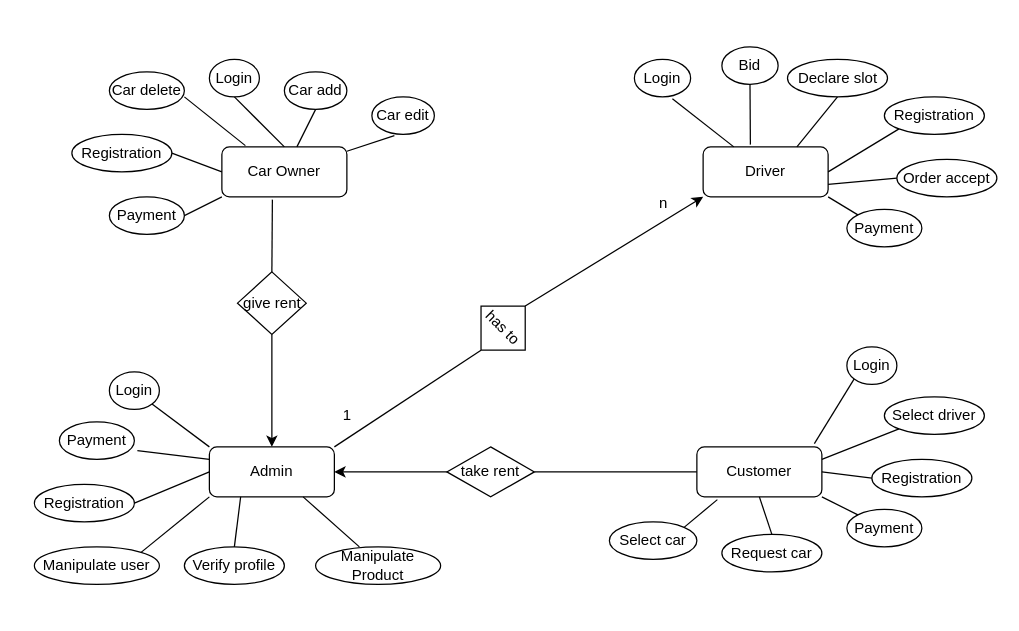
Above: Mid Project/ER Diagram Vehicle Rental Application.drawio in msashoyeb/Vehicle-Rental-Application- (draw.io), before the change. Source tidied: cells renumbered, new cells numbered last; positions are measured from the earlier drawing's top-left corner, leaving out a move shared by most shapes. Both pictures are drawn from the tidied source at 125%, with x=0, y=0 at pixel (34, 46).
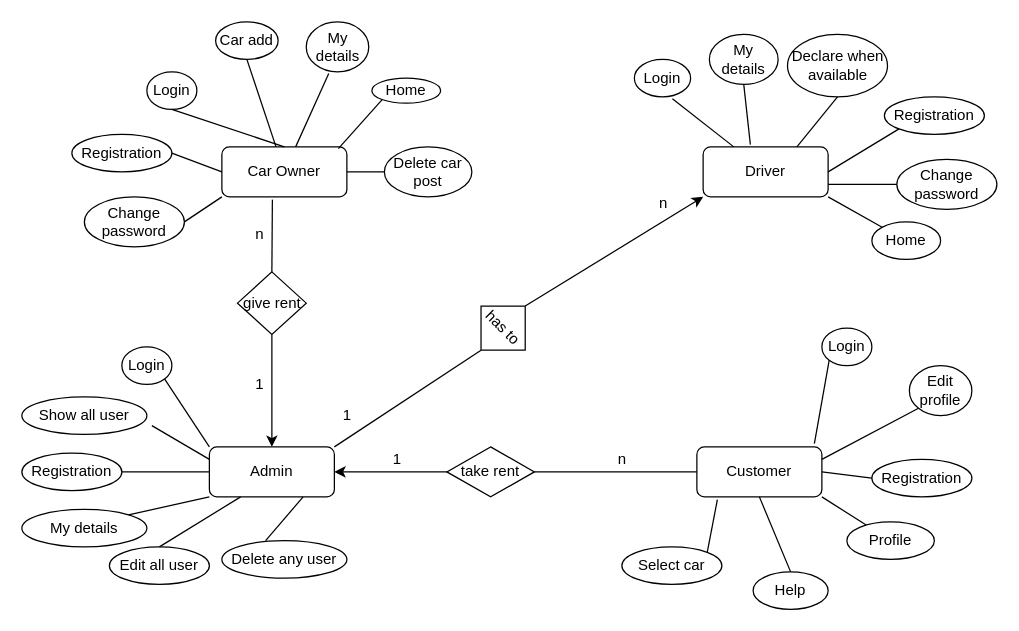
After the change.

Unchanged cells that the change refers to:
```xml
<mxCell id="2" value="Car Owner" style="rounded=1;whiteSpace=wrap;html=1;" parent="1" vertex="1">
  <mxGeometry x="150" y="80" width="100" height="40" as="geometry" />
</mxCell>
<mxCell id="4" value="Driver" style="rounded=1;whiteSpace=wrap;html=1;" parent="1" vertex="1">
  <mxGeometry x="535" y="80" width="100" height="40" as="geometry" />
</mxCell>
```

Change to the diagram source:
```diff
@@
     <mxCell id="6" value="Login" style="ellipse;whiteSpace=wrap;html=1;" parent="1" vertex="1">
-      <mxGeometry x="140" y="10" width="40" height="30" as="geometry" />
+      <mxGeometry x="90" y="20" width="40" height="30" as="geometry" />
     </mxCell>
@@
-    <mxCell id="8" value="Payment" style="ellipse;whiteSpace=wrap;html=1;" parent="1" vertex="1">
-      <mxGeometry x="60" y="120" width="60" height="30" as="geometry" />
+    <mxCell id="8" value="Change password" style="ellipse;whiteSpace=wrap;html=1;" parent="1" vertex="1">
+      <mxGeometry x="40" y="120" width="80" height="40" as="geometry" />
     </mxCell>
@@
-    <mxCell id="11" value="Payment" style="ellipse;whiteSpace=wrap;html=1;" parent="1" vertex="1">
-      <mxGeometry x="650" y="130" width="60" height="30" as="geometry" />
-    </mxCell>
     <mxCell id="12" value="Login" style="ellipse;whiteSpace=wrap;html=1;" parent="1" vertex="1">
-      <mxGeometry x="60" y="260" width="40" height="30" as="geometry" />
+      <mxGeometry x="70" y="240" width="40" height="30" as="geometry" />
     </mxCell>
     <mxCell id="13" value="Registration&lt;br&gt;" style="ellipse;whiteSpace=wrap;html=1;" parent="1" vertex="1">
-      <mxGeometry y="350" width="80" height="30" as="geometry" />
+      <mxGeometry x="-10" y="325" width="80" height="30" as="geometry" />
     </mxCell>
-    <mxCell id="14" value="Payment" style="ellipse;whiteSpace=wrap;html=1;" parent="1" vertex="1">
-      <mxGeometry x="20" y="300" width="60" height="30" as="geometry" />
+    <mxCell id="14" value="Show all user" style="ellipse;whiteSpace=wrap;html=1;" parent="1" vertex="1">
+      <mxGeometry x="-10" y="280" width="100" height="30" as="geometry" />
     </mxCell>
     <mxCell id="15" value="Login" style="ellipse;whiteSpace=wrap;html=1;" parent="1" vertex="1">
-      <mxGeometry x="650" y="240" width="40" height="30" as="geometry" />
+      <mxGeometry x="630" y="225" width="40" height="30" as="geometry" />
     </mxCell>
@@
-    <mxCell id="17" value="Payment" style="ellipse;whiteSpace=wrap;html=1;" parent="1" vertex="1">
-      <mxGeometry x="650" y="370" width="60" height="30" as="geometry" />
+    <mxCell id="17" value="Profile" style="ellipse;whiteSpace=wrap;html=1;" parent="1" vertex="1">
+      <mxGeometry x="650" y="380" width="70" height="30" as="geometry" />
     </mxCell>
     <mxCell id="18" value="Car add" style="ellipse;whiteSpace=wrap;html=1;" parent="1" vertex="1">
-      <mxGeometry x="200" y="20" width="50" height="30" as="geometry" />
+      <mxGeometry x="145" y="-20" width="50" height="30" as="geometry" />
     </mxCell>
-    <mxCell id="19" value="Car delete" style="ellipse;whiteSpace=wrap;html=1;" parent="1" vertex="1">
-      <mxGeometry x="60" y="20" width="60" height="30" as="geometry" />
-    </mxCell>
-    <mxCell id="20" value="Car edit" style="ellipse;whiteSpace=wrap;html=1;" parent="1" vertex="1">
-      <mxGeometry x="270" y="40" width="50" height="30" as="geometry" />
+    <mxCell id="20" value="My details" style="ellipse;whiteSpace=wrap;html=1;" parent="1" vertex="1">
+      <mxGeometry x="217.5" y="-20" width="50" height="40" as="geometry" />
     </mxCell>
-    <mxCell id="21" value="Order accept" style="ellipse;whiteSpace=wrap;html=1;" parent="1" vertex="1">
-      <mxGeometry x="690" y="90" width="80" height="30" as="geometry" />
+    <mxCell id="21" value="Change password" style="ellipse;whiteSpace=wrap;html=1;" parent="1" vertex="1">
+      <mxGeometry x="690" y="90" width="80" height="40" as="geometry" />
     </mxCell>
-    <mxCell id="22" value="Bid" style="ellipse;whiteSpace=wrap;html=1;" parent="1" vertex="1">
-      <mxGeometry x="550" width="45" height="30" as="geometry" />
+    <mxCell id="22" value="My details" style="ellipse;whiteSpace=wrap;html=1;" parent="1" vertex="1">
+      <mxGeometry x="540" y="-10" width="55" height="40" as="geometry" />
     </mxCell>
-    <mxCell id="23" value="Declare slot" style="ellipse;whiteSpace=wrap;html=1;" parent="1" vertex="1">
-      <mxGeometry x="602.5" y="10" width="80" height="30" as="geometry" />
+    <mxCell id="23" value="Declare when available&lt;br&gt;" style="ellipse;whiteSpace=wrap;html=1;" parent="1" vertex="1">
+      <mxGeometry x="602.5" y="-10" width="80" height="50" as="geometry" />
     </mxCell>
     <mxCell id="24" value="Select car" style="ellipse;whiteSpace=wrap;html=1;" parent="1" vertex="1">
-      <mxGeometry x="460" y="380" width="70" height="30" as="geometry" />
+      <mxGeometry x="470" y="400" width="80" height="30" as="geometry" />
     </mxCell>
-    <mxCell id="25" value="Request car" style="ellipse;whiteSpace=wrap;html=1;" parent="1" vertex="1">
-      <mxGeometry x="550" y="390" width="80" height="30" as="geometry" />
+    <mxCell id="25" value="Help" style="ellipse;whiteSpace=wrap;html=1;" parent="1" vertex="1">
+      <mxGeometry x="575" y="420" width="60" height="30" as="geometry" />
     </mxCell>
-    <mxCell id="26" value="Select driver" style="ellipse;whiteSpace=wrap;html=1;" parent="1" vertex="1">
-      <mxGeometry x="680" y="280" width="80" height="30" as="geometry" />
+    <mxCell id="26" value="Edit profile" style="ellipse;whiteSpace=wrap;html=1;" parent="1" vertex="1">
+      <mxGeometry x="700" y="255" width="50" height="40" as="geometry" />
     </mxCell>
-    <mxCell id="27" value="Verify profile" style="ellipse;whiteSpace=wrap;html=1;" parent="1" vertex="1">
-      <mxGeometry x="120" y="400" width="80" height="30" as="geometry" />
+    <mxCell id="27" value="Edit all user" style="ellipse;whiteSpace=wrap;html=1;" parent="1" vertex="1">
+      <mxGeometry x="60" y="400" width="80" height="30" as="geometry" />
     </mxCell>
-    <mxCell id="28" value="Manipulate Product" style="ellipse;whiteSpace=wrap;html=1;" parent="1" vertex="1">
-      <mxGeometry x="225" y="400" width="100" height="30" as="geometry" />
+    <mxCell id="28" value="Delete any user" style="ellipse;whiteSpace=wrap;html=1;" parent="1" vertex="1">
+      <mxGeometry x="150" y="395" width="100" height="30" as="geometry" />
     </mxCell>
-    <mxCell id="29" value="Manipulate user" style="ellipse;whiteSpace=wrap;html=1;" parent="1" vertex="1">
-      <mxGeometry y="400" width="100" height="30" as="geometry" />
+    <mxCell id="29" value="My details" style="ellipse;whiteSpace=wrap;html=1;" parent="1" vertex="1">
+      <mxGeometry x="-10" y="370" width="100" height="30" as="geometry" />
     </mxCell>
@@
-    <mxCell id="33" style="endArrow=none;html=1;rounded=0;exitX=0.188;exitY=-0.025;exitDx=0;exitDy=0;exitPerimeter=0;" parent="1" edge="1" source="2">
-      <mxGeometry relative="1" as="geometry">
-        <mxPoint x="120" y="40" as="targetPoint" />
-      </mxGeometry>
-    </mxCell>
@@
-    <mxCell id="43" style="endArrow=none;html=1;rounded=0;entryX=0;entryY=0;entryDx=0;entryDy=0;exitX=1;exitY=1;exitDx=0;exitDy=0;" parent="1" edge="1" source="4" target="11">
-      <mxGeometry relative="1" as="geometry" />
-    </mxCell>
@@
+    <mxCell id="67" value="n" style="text;html=1;align=center;verticalAlign=middle;strokeColor=none;fillColor=none;" parent="1" vertex="1">
+      <mxGeometry x="455" y="315" width="30" height="30" as="geometry" />
+    </mxCell>
+    <mxCell id="68" value="1" style="text;html=1;align=center;verticalAlign=middle;strokeColor=none;fillColor=none;" parent="1" vertex="1">
+      <mxGeometry x="275" y="315" width="30" height="30" as="geometry" />
+    </mxCell>
+    <mxCell id="69" value="1" style="text;html=1;align=center;verticalAlign=middle;strokeColor=none;fillColor=none;" parent="1" vertex="1">
+      <mxGeometry x="165" y="255" width="30" height="30" as="geometry" />
+    </mxCell>
+    <mxCell id="70" value="n" style="text;html=1;align=center;verticalAlign=middle;strokeColor=none;fillColor=none;" parent="1" vertex="1">
+      <mxGeometry x="165" y="135" width="30" height="30" as="geometry" />
+    </mxCell>
+    <mxCell id="71" value="Home" style="ellipse;whiteSpace=wrap;html=1;" parent="1" vertex="1">
+      <mxGeometry x="670" y="140" width="55" height="30" as="geometry" />
+    </mxCell>
+    <mxCell id="72" style="endArrow=none;html=1;rounded=0;entryX=0;entryY=0;entryDx=0;entryDy=0;exitX=1;exitY=1;exitDx=0;exitDy=0;" parent="1" edge="1" source="4" target="71">
+      <mxGeometry relative="1" as="geometry" />
+    </mxCell>
+    <mxCell id="73" value="Home" style="ellipse;whiteSpace=wrap;html=1;" parent="1" vertex="1">
+      <mxGeometry x="270" y="25" width="55" height="20" as="geometry" />
+    </mxCell>
+    <mxCell id="74" style="endArrow=none;html=1;rounded=0;entryX=0;entryY=1;entryDx=0;entryDy=0;exitX=0.932;exitY=0.035;exitDx=0;exitDy=0;exitPerimeter=0;" parent="1" edge="1" source="2" target="73">
+      <mxGeometry relative="1" as="geometry" />
+    </mxCell>
+    <mxCell id="75" value="Delete car post" style="ellipse;whiteSpace=wrap;html=1;" parent="1" vertex="1">
+      <mxGeometry x="280" y="80" width="70" height="40" as="geometry" />
+    </mxCell>
+    <mxCell id="76" style="endArrow=none;html=1;rounded=0;exitX=1;exitY=0.5;exitDx=0;exitDy=0;entryX=0;entryY=0.5;entryDx=0;entryDy=0;" parent="1" edge="1" source="2" target="75">
+      <mxGeometry relative="1" as="geometry" />
+    </mxCell>
```
